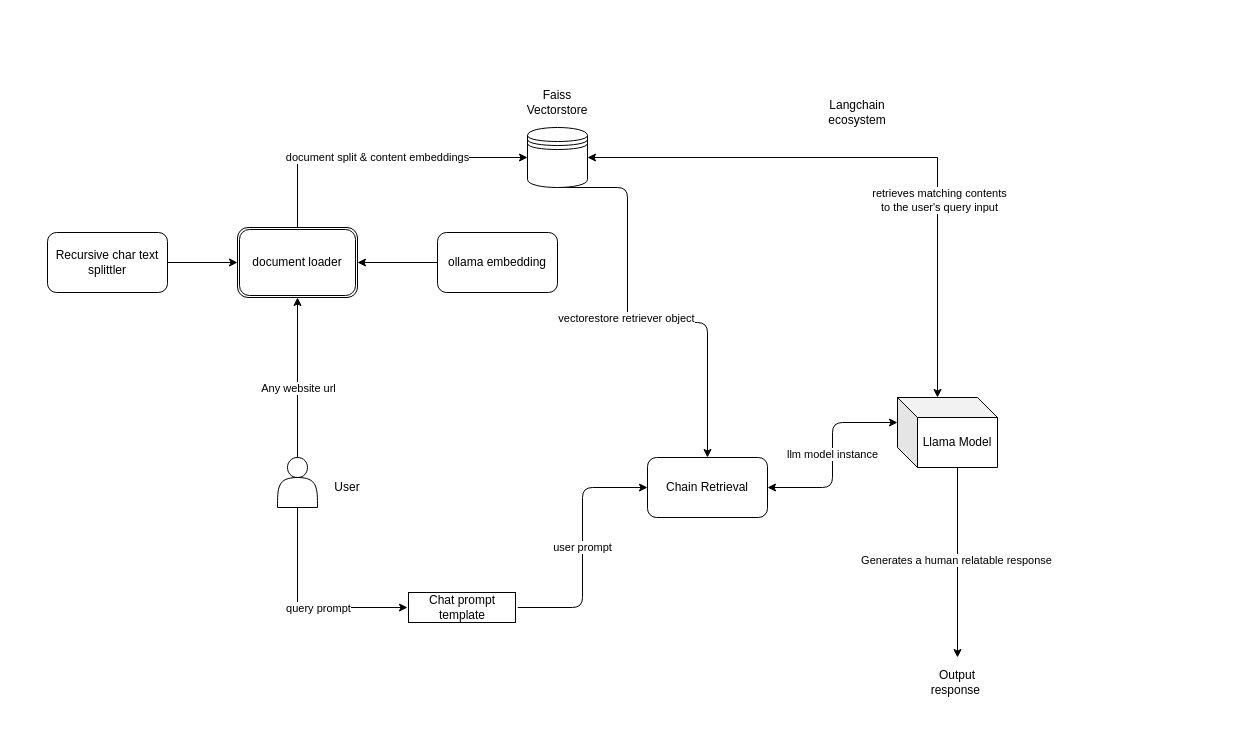
Before: LangSmith Question & Answer.drawio in chibuikeeugene/llm_app_question_and_answer, a draw.io diagram. Source tidied: cells renumbered, new cells numbered last; positions are measured from the earlier drawing's top-left corner, leaving out a move shared by most shapes. Both pictures are drawn from the tidied source at 100%, with x=0, y=0 at pixel (47, 87).
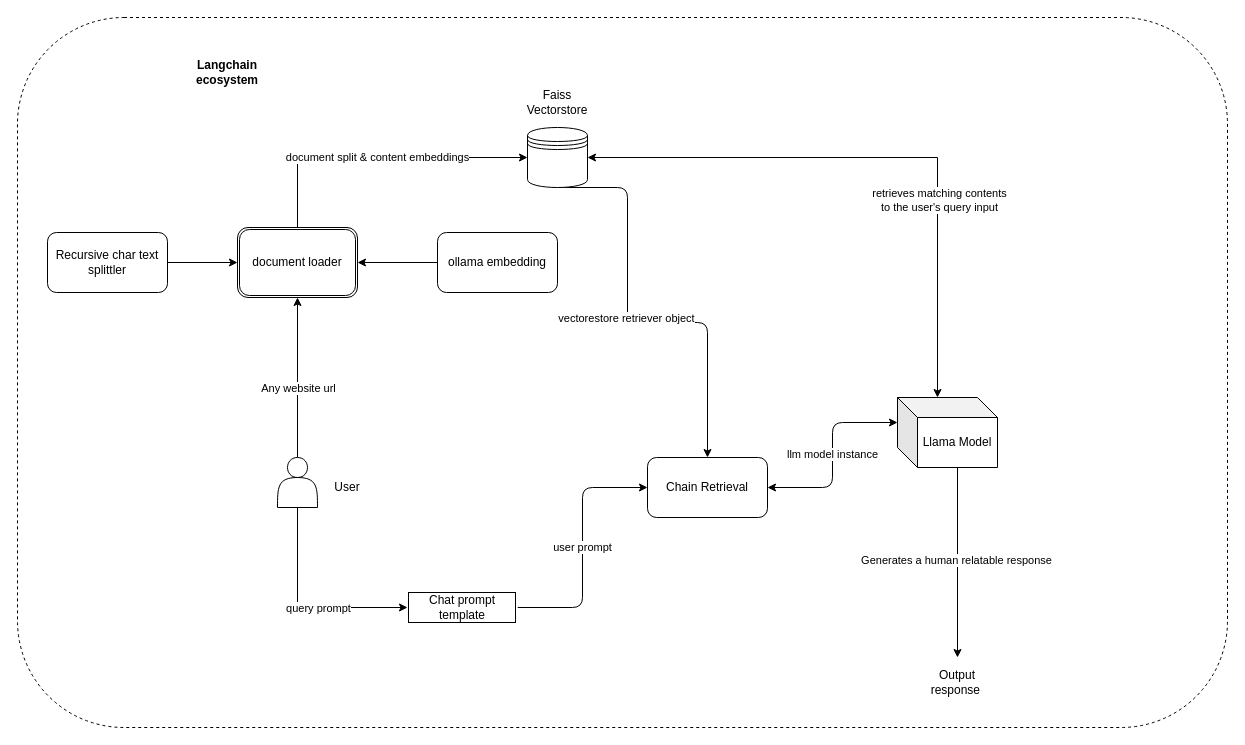
The same diagram, later.

Diff of the diagram source:
```diff
@@
-    <mxCell id="19" value="Langchain ecosystem" style="text;html=1;align=center;verticalAlign=middle;whiteSpace=wrap;rounded=0;" parent="1" vertex="1">
-      <mxGeometry x="780" y="10" width="60" height="30" as="geometry" />
+    <mxCell id="19" value="&lt;b&gt;Langchain ecosystem&lt;/b&gt;" style="text;html=1;align=center;verticalAlign=middle;whiteSpace=wrap;rounded=0;" parent="1" vertex="1">
+      <mxGeometry x="150" y="-30" width="60" height="30" as="geometry" />
     </mxCell>
@@
+    <mxCell id="29" style="rounded=1;whiteSpace=wrap;html=1;fillColor=none;dashed=1;" parent="1" vertex="1">
+      <mxGeometry x="-30" y="-70" width="1210" height="710" as="geometry" />
+    </mxCell>
```
